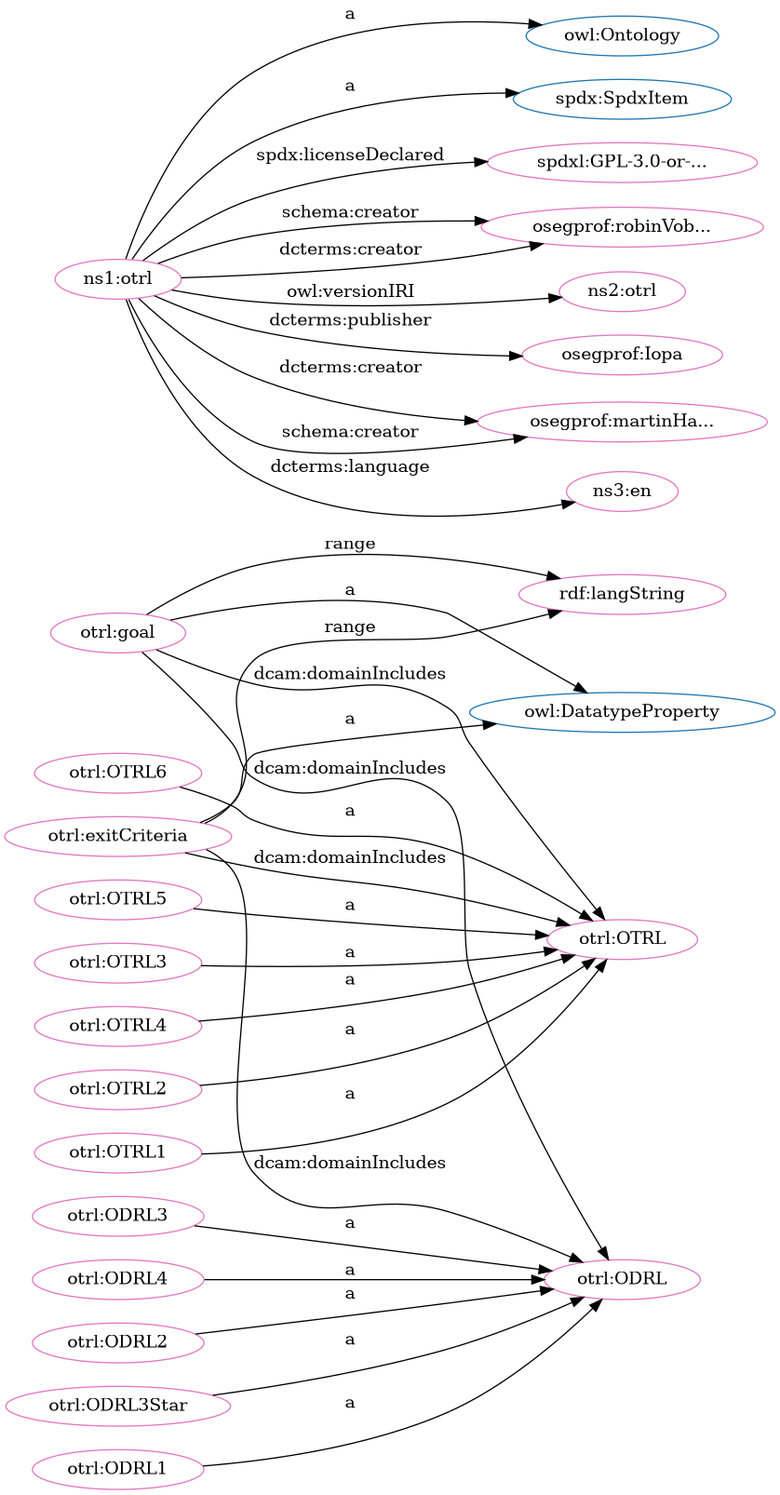
This is src/spec/dot_otrl.png from iop-alliance/OpenKnowHow, a Graphviz export, as it was before one commit. Its source is kept beside it as src/spec/dot_otrl.dot.
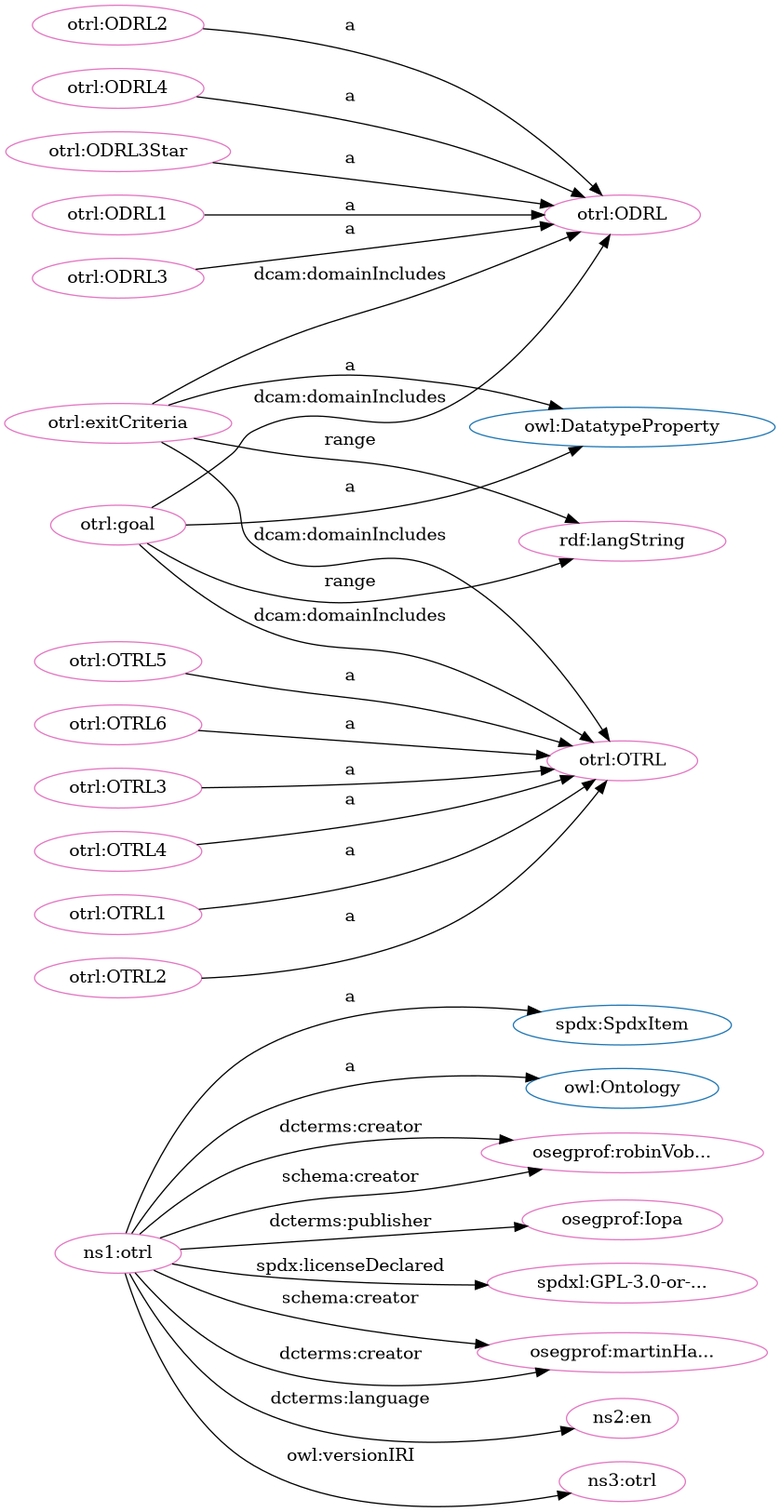
The same file after the commit.

The edit, as a diff of the source:
```diff
@@ -1,61 +1,61 @@
 digraph G {
   rankdir=BT
   node[height=.3]
+"http://spdx.org/rdf/terms#SpdxItem" [fillcolor="#1f77b4" color="#1f77b4" label="spdx:SpdxItem"]
+"http://w3id.org/oseg/ont/otrl#ODRL" [fillcolor="#1f77b4" color="#1f77b4" label="otrl:ODRL"]
 "http://www.w3.org/2002/07/owl#DatatypeProperty" [fillcolor="#1f77b4" color="#1f77b4" label="owl:DatatypeProperty"]
 "http://w3id.org/oseg/ont/otrl#OTRL" [fillcolor="#1f77b4" color="#1f77b4" label="otrl:OTRL"]
-"http://w3id.org/oseg/ont/otrl#ODRL" [fillcolor="#1f77b4" color="#1f77b4" label="otrl:ODRL"]
 "http://www.w3.org/2002/07/owl#Ontology" [fillcolor="#1f77b4" color="#1f77b4" label="owl:Ontology"]
-"http://spdx.org/rdf/terms#SpdxItem" [fillcolor="#1f77b4" color="#1f77b4" label="spdx:SpdxItem"]
+"http://w3id.org/oseg/ont/otrl#ODRL3" [fillcolor="#e377c2" color="#e377c2" label="otrl:ODRL3"]
+"http://w3id.org/oseg/ont/oseg-profiles#robinVobruba" [fillcolor="#e377c2" color="#e377c2" label="osegprof:robinVob..."]
+"http://w3id.org/oseg/ont/oseg-profiles#Iopa" [fillcolor="#e377c2" color="#e377c2" label="osegprof:Iopa"]
+"http://w3id.org/oseg/ont/otrl#exitCriteria" [fillcolor="#e377c2" color="#e377c2" label="otrl:exitCriteria"]
+"http://w3id.org/oseg/ont/otrl#ODRL" [fillcolor="#e377c2" color="#e377c2" label="otrl:ODRL"]
+"http://w3id.org/oseg/ont/otrl#ODRL2" [fillcolor="#e377c2" color="#e377c2" label="otrl:ODRL2"]
+"http://w3id.org/oseg/ont/otrl#goal" [fillcolor="#e377c2" color="#e377c2" label="otrl:goal"]
 "http://spdx.org/licenses/GPL-3.0-or-later" [fillcolor="#e377c2" color="#e377c2" label="spdxl:GPL-3.0-or-..."]
-"http://w3id.org/oseg/ont/oseg-profiles#robinVobruba" [fillcolor="#e377c2" color="#e377c2" label="osegprof:robinVob..."]
+"http://w3id.org/oseg/ont/otrl#OTRL4" [fillcolor="#e377c2" color="#e377c2" label="otrl:OTRL4"]
+"http://w3id.org/oseg/ont/otrl" [fillcolor="#e377c2" color="#e377c2" label="ns1:otrl"]
+"http://w3id.org/oseg/ont/otrl#ODRL4" [fillcolor="#e377c2" color="#e377c2" label="otrl:ODRL4"]
+"http://w3id.org/oseg/ont/otrl#OTRL1" [fillcolor="#e377c2" color="#e377c2" label="otrl:OTRL1"]
+"http://w3id.org/oseg/ont/otrl#OTRL2" [fillcolor="#e377c2" color="#e377c2" label="otrl:OTRL2"]
+"http://w3id.org/oseg/ont/oseg-profiles#martinHaeuer" [fillcolor="#e377c2" color="#e377c2" label="osegprof:martinHa..."]
+"http://www.w3.org/1999/02/22-rdf-syntax-ns#langString" [fillcolor="#e377c2" color="#e377c2" label="rdf:langString"]
+"http://w3id.org/oseg/ont/otrl#OTRL5" [fillcolor="#e377c2" color="#e377c2" label="otrl:OTRL5"]
+"http://w3id.org/oseg/ont/otrl#OTRL" [fillcolor="#e377c2" color="#e377c2" label="otrl:OTRL"]
+"http://w3id.org/oseg/ont/otrl#OTRL6" [fillcolor="#e377c2" color="#e377c2" label="otrl:OTRL6"]
+"http://id.loc.gov/vocabulary/iso639-1/en" [fillcolor="#e377c2" color="#e377c2" label="ns2:en"]
+"http://w3id.org/oseg/ont/1.1.0/otrl" [fillcolor="#e377c2" color="#e377c2" label="ns3:otrl"]
 "http://w3id.org/oseg/ont/otrl#ODRL3Star" [fillcolor="#e377c2" color="#e377c2" label="otrl:ODRL3Star"]
-"http://w3id.org/oseg/ont/otrl#goal" [fillcolor="#e377c2" color="#e377c2" label="otrl:goal"]
+"http://w3id.org/oseg/ont/otrl#ODRL1" [fillcolor="#e377c2" color="#e377c2" label="otrl:ODRL1"]
 "http://w3id.org/oseg/ont/otrl#OTRL3" [fillcolor="#e377c2" color="#e377c2" label="otrl:OTRL3"]
-"http://w3id.org/oseg/ont/otrl#OTRL1" [fillcolor="#e377c2" color="#e377c2" label="otrl:OTRL1"]
-"http://w3id.org/oseg/ont/otrl" [fillcolor="#e377c2" color="#e377c2" label="ns1:otrl"]
-"http://w3id.org/oseg/ont/otrl#OTRL" [fillcolor="#e377c2" color="#e377c2" label="otrl:OTRL"]
-"http://w3id.org/oseg/ont/1.1.0/otrl" [fillcolor="#e377c2" color="#e377c2" label="ns2:otrl"]
-"http://w3id.org/oseg/ont/oseg-profiles#Iopa" [fillcolor="#e377c2" color="#e377c2" label="osegprof:Iopa"]
-"http://w3id.org/oseg/ont/otrl#OTRL6" [fillcolor="#e377c2" color="#e377c2" label="otrl:OTRL6"]
-"http://w3id.org/oseg/ont/otrl#exitCriteria" [fillcolor="#e377c2" color="#e377c2" label="otrl:exitCriteria"]
-"http://w3id.org/oseg/ont/otrl#ODRL1" [fillcolor="#e377c2" color="#e377c2" label="otrl:ODRL1"]
-"http://w3id.org/oseg/ont/oseg-profiles#martinHaeuer" [fillcolor="#e377c2" color="#e377c2" label="osegprof:martinHa..."]
-"http://w3id.org/oseg/ont/otrl#OTRL2" [fillcolor="#e377c2" color="#e377c2" label="otrl:OTRL2"]
-"http://w3id.org/oseg/ont/otrl#OTRL4" [fillcolor="#e377c2" color="#e377c2" label="otrl:OTRL4"]
-"http://w3id.org/oseg/ont/otrl#ODRL" [fillcolor="#e377c2" color="#e377c2" label="otrl:ODRL"]
-"http://w3id.org/oseg/ont/otrl#ODRL3" [fillcolor="#e377c2" color="#e377c2" label="otrl:ODRL3"]
-"http://www.w3.org/1999/02/22-rdf-syntax-ns#langString" [fillcolor="#e377c2" color="#e377c2" label="rdf:langString"]
-"http://id.loc.gov/vocabulary/iso639-1/en" [fillcolor="#e377c2" color="#e377c2" label="ns3:en"]
-"http://w3id.org/oseg/ont/otrl#ODRL4" [fillcolor="#e377c2" color="#e377c2" label="otrl:ODRL4"]
-"http://w3id.org/oseg/ont/otrl#ODRL2" [fillcolor="#e377c2" color="#e377c2" label="otrl:ODRL2"]
-"http://w3id.org/oseg/ont/otrl#OTRL5" [fillcolor="#e377c2" color="#e377c2" label="otrl:OTRL5"]
+  "http://w3id.org/oseg/ont/otrl#ODRL3" -> "http://w3id.org/oseg/ont/otrl#ODRL" [label="a"]
+  "http://w3id.org/oseg/ont/otrl#exitCriteria" -> "http://www.w3.org/2002/07/owl#DatatypeProperty" [label="a"]
+  "http://w3id.org/oseg/ont/otrl#OTRL4" -> "http://w3id.org/oseg/ont/otrl#OTRL" [label="a"]
+  "http://w3id.org/oseg/ont/otrl#ODRL4" -> "http://w3id.org/oseg/ont/otrl#ODRL" [label="a"]
+  "http://w3id.org/oseg/ont/otrl#OTRL1" -> "http://w3id.org/oseg/ont/otrl#OTRL" [label="a"]
+  "http://w3id.org/oseg/ont/otrl#OTRL2" -> "http://w3id.org/oseg/ont/otrl#OTRL" [label="a"]
+  "http://w3id.org/oseg/ont/otrl" -> "http://w3id.org/oseg/ont/oseg-profiles#martinHaeuer" [label="schema:creator"]
+  "http://w3id.org/oseg/ont/otrl#exitCriteria" -> "http://www.w3.org/1999/02/22-rdf-syntax-ns#langString" [label="range"]
+  "http://w3id.org/oseg/ont/otrl#OTRL5" -> "http://w3id.org/oseg/ont/otrl#OTRL" [label="a"]
+  "http://w3id.org/oseg/ont/otrl" -> "http://w3id.org/oseg/ont/1.1.0/otrl" [label="owl:versionIRI"]
+  "http://w3id.org/oseg/ont/otrl#exitCriteria" -> "http://w3id.org/oseg/ont/otrl#OTRL" [label="dcam:domainIncludes"]
+  "http://w3id.org/oseg/ont/otrl#ODRL3Star" -> "http://w3id.org/oseg/ont/otrl#ODRL" [label="a"]
+  "http://w3id.org/oseg/ont/otrl#goal" -> "http://www.w3.org/1999/02/22-rdf-syntax-ns#langString" [label="range"]
+  "http://w3id.org/oseg/ont/otrl#OTRL3" -> "http://w3id.org/oseg/ont/otrl#OTRL" [label="a"]
+  "http://w3id.org/oseg/ont/otrl" -> "http://w3id.org/oseg/ont/oseg-profiles#robinVobruba" [label="dcterms:creator"]
+  "http://w3id.org/oseg/ont/otrl" -> "http://w3id.org/oseg/ont/oseg-profiles#Iopa" [label="dcterms:publisher"]
+  "http://w3id.org/oseg/ont/otrl#exitCriteria" -> "http://w3id.org/oseg/ont/otrl#ODRL" [label="dcam:domainIncludes"]
+  "http://w3id.org/oseg/ont/otrl#ODRL2" -> "http://w3id.org/oseg/ont/otrl#ODRL" [label="a"]
+  "http://w3id.org/oseg/ont/otrl#goal" -> "http://www.w3.org/2002/07/owl#DatatypeProperty" [label="a"]
   "http://w3id.org/oseg/ont/otrl" -> "http://spdx.org/licenses/GPL-3.0-or-later" [label="spdx:licenseDeclared"]
-  "http://w3id.org/oseg/ont/otrl" -> "http://w3id.org/oseg/ont/oseg-profiles#robinVobruba" [label="schema:creator"]
-  "http://w3id.org/oseg/ont/otrl#goal" -> "http://www.w3.org/2002/07/owl#DatatypeProperty" [label="a"]
-  "http://w3id.org/oseg/ont/otrl#OTRL1" -> "http://w3id.org/oseg/ont/otrl#OTRL" [label="a"]
-  "http://w3id.org/oseg/ont/otrl#exitCriteria" -> "http://w3id.org/oseg/ont/otrl#OTRL" [label="dcam:domainIncludes"]
+  "http://w3id.org/oseg/ont/otrl" -> "http://www.w3.org/2002/07/owl#Ontology" [label="a"]
+  "http://w3id.org/oseg/ont/otrl" -> "http://spdx.org/rdf/terms#SpdxItem" [label="a"]
+  "http://w3id.org/oseg/ont/otrl#goal" -> "http://w3id.org/oseg/ont/otrl#OTRL" [label="dcam:domainIncludes"]
   "http://w3id.org/oseg/ont/otrl#OTRL6" -> "http://w3id.org/oseg/ont/otrl#OTRL" [label="a"]
   "http://w3id.org/oseg/ont/otrl" -> "http://w3id.org/oseg/ont/oseg-profiles#martinHaeuer" [label="dcterms:creator"]
-  "http://w3id.org/oseg/ont/otrl#goal" -> "http://w3id.org/oseg/ont/otrl#OTRL" [label="dcam:domainIncludes"]
-  "http://w3id.org/oseg/ont/otrl#exitCriteria" -> "http://w3id.org/oseg/ont/otrl#ODRL" [label="dcam:domainIncludes"]
-  "http://w3id.org/oseg/ont/otrl#ODRL3" -> "http://w3id.org/oseg/ont/otrl#ODRL" [label="a"]
+  "http://w3id.org/oseg/ont/otrl" -> "http://id.loc.gov/vocabulary/iso639-1/en" [label="dcterms:language"]
   "http://w3id.org/oseg/ont/otrl#goal" -> "http://w3id.org/oseg/ont/otrl#ODRL" [label="dcam:domainIncludes"]
-  "http://w3id.org/oseg/ont/otrl#exitCriteria" -> "http://www.w3.org/1999/02/22-rdf-syntax-ns#langString" [label="range"]
-  "http://w3id.org/oseg/ont/otrl#ODRL2" -> "http://w3id.org/oseg/ont/otrl#ODRL" [label="a"]
-  "http://w3id.org/oseg/ont/otrl#OTRL5" -> "http://w3id.org/oseg/ont/otrl#OTRL" [label="a"]
-  "http://w3id.org/oseg/ont/otrl#goal" -> "http://www.w3.org/1999/02/22-rdf-syntax-ns#langString" [label="range"]
-  "http://w3id.org/oseg/ont/otrl#ODRL3Star" -> "http://w3id.org/oseg/ont/otrl#ODRL" [label="a"]
-  "http://w3id.org/oseg/ont/otrl#OTRL3" -> "http://w3id.org/oseg/ont/otrl#OTRL" [label="a"]
-  "http://w3id.org/oseg/ont/otrl" -> "http://www.w3.org/2002/07/owl#Ontology" [label="a"]
-  "http://w3id.org/oseg/ont/otrl" -> "http://w3id.org/oseg/ont/1.1.0/otrl" [label="owl:versionIRI"]
-  "http://w3id.org/oseg/ont/otrl" -> "http://w3id.org/oseg/ont/oseg-profiles#Iopa" [label="dcterms:publisher"]
-  "http://w3id.org/oseg/ont/otrl" -> "http://w3id.org/oseg/ont/oseg-profiles#robinVobruba" [label="dcterms:creator"]
+  "http://w3id.org/oseg/ont/otrl" -> "http://w3id.org/oseg/ont/oseg-profiles#robinVobruba" [label="schema:creator"]
   "http://w3id.org/oseg/ont/otrl#ODRL1" -> "http://w3id.org/oseg/ont/otrl#ODRL" [label="a"]
-  "http://w3id.org/oseg/ont/otrl#OTRL2" -> "http://w3id.org/oseg/ont/otrl#OTRL" [label="a"]
-  "http://w3id.org/oseg/ont/otrl#OTRL4" -> "http://w3id.org/oseg/ont/otrl#OTRL" [label="a"]
-  "http://w3id.org/oseg/ont/otrl" -> "http://w3id.org/oseg/ont/oseg-profiles#martinHaeuer" [label="schema:creator"]
-  "http://w3id.org/oseg/ont/otrl" -> "http://spdx.org/rdf/terms#SpdxItem" [label="a"]
-  "http://w3id.org/oseg/ont/otrl" -> "http://id.loc.gov/vocabulary/iso639-1/en" [label="dcterms:language"]
-  "http://w3id.org/oseg/ont/otrl#ODRL4" -> "http://w3id.org/oseg/ont/otrl#ODRL" [label="a"]
-  "http://w3id.org/oseg/ont/otrl#exitCriteria" -> "http://www.w3.org/2002/07/owl#DatatypeProperty" [label="a"]
 }
```
